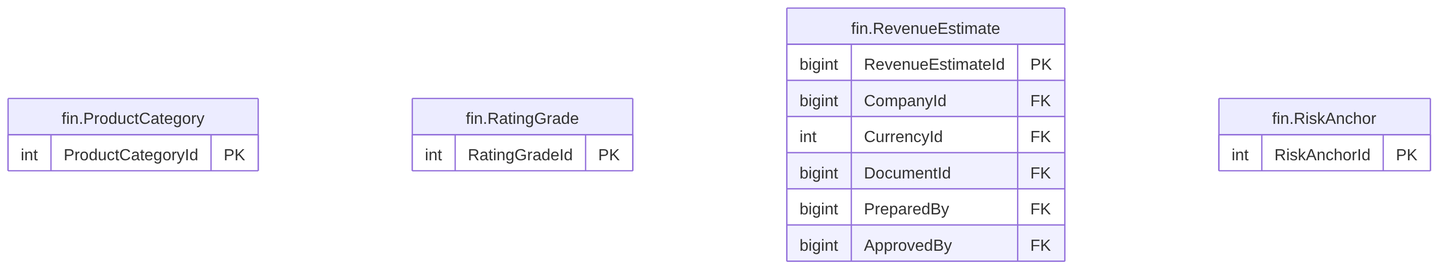
thawrasy/smartlines keeps this Mermaid diagram as treasury-platform/docs/diagrams/erd/m5_financials_10.png. Above is the earlier version. Its source is kept beside it as treasury-platform/docs/diagrams/erd/m5_financials_10.mmd.
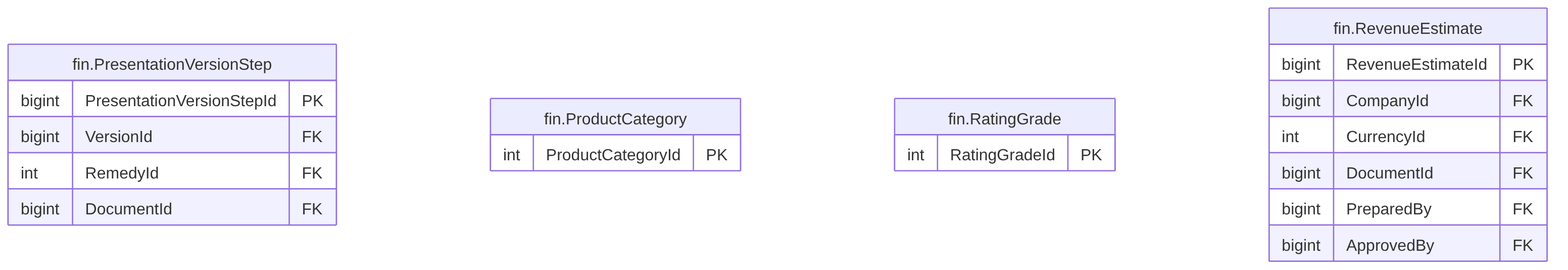
Above is the later version.

What changed in the source:
```diff
@@ -1,4 +1,10 @@
 erDiagram
+  fin_PresentationVersionStep["fin.PresentationVersionStep"] {
+    bigint PresentationVersionStepId PK
+    bigint VersionId FK
+    int RemedyId FK
+    bigint DocumentId FK
+  }
   fin_ProductCategory["fin.ProductCategory"] {
     int ProductCategoryId PK
   }
@@ -13,6 +19,3 @@
     bigint PreparedBy FK
     bigint ApprovedBy FK
   }
-  fin_RiskAnchor["fin.RiskAnchor"] {
-    int RiskAnchorId PK
-  }
```
